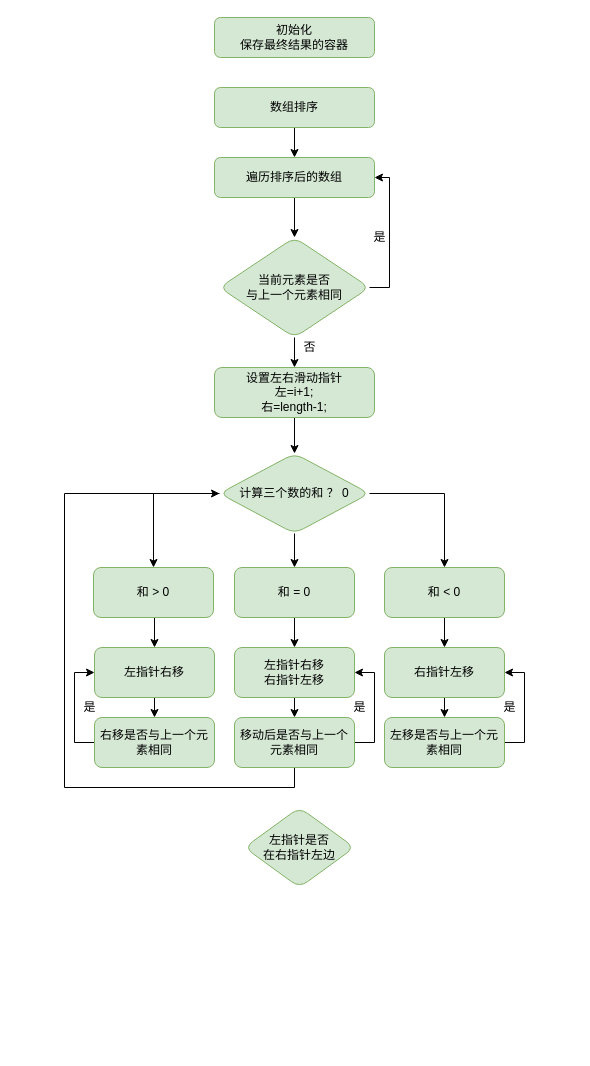
Before: 未命名绘图.drawio in HonyoLAN/telmy, a draw.io diagram. Source tidied: cells renumbered, new cells numbered last; positions are measured from the earlier drawing's top-left corner, leaving out a move shared by most shapes. Both pictures are drawn from the tidied source at 100%, with x=0, y=0 at pixel (64, 17).
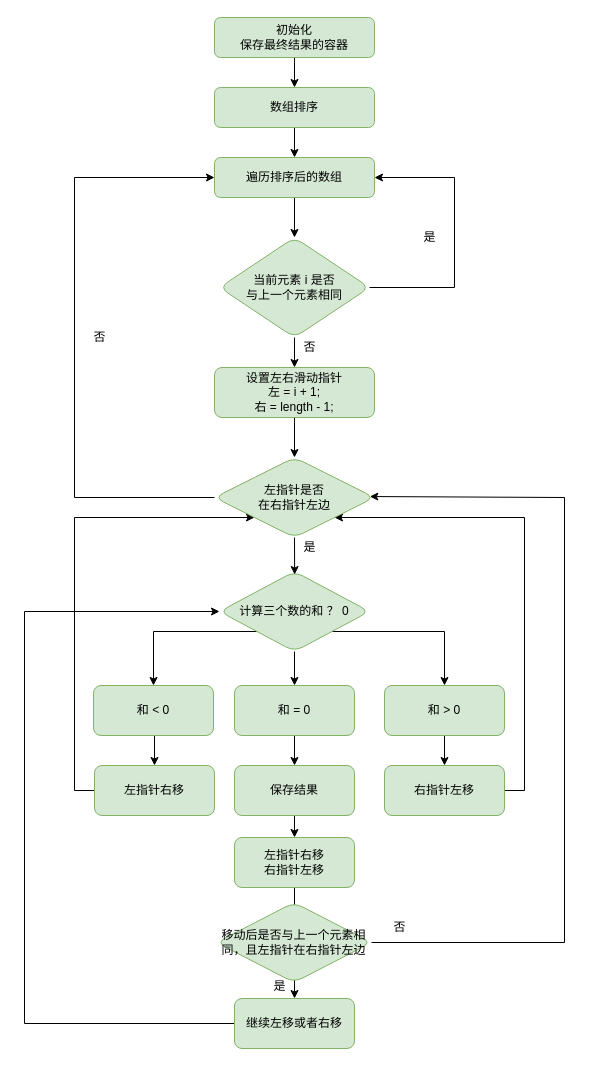
The same page after the edit.

Commit message:
更新未命名绘图.drawio

The change refers to these unchanged cells:
```xml
<mxCell id="2" value="初始化&lt;br&gt;保存最终结果的容器" style="rounded=1;whiteSpace=wrap;html=1;fillColor=#d5e8d4;strokeColor=#82b366;" parent="1" vertex="1">
  <mxGeometry x="150" width="160" height="40" as="geometry" />
</mxCell>
<mxCell id="4" value="数组排序" style="rounded=1;whiteSpace=wrap;html=1;fillColor=#d5e8d4;strokeColor=#82b366;" parent="1" vertex="1">
  <mxGeometry x="150" y="70" width="160" height="40" as="geometry" />
</mxCell>
<mxCell id="6" value="遍历排序后的数组" style="rounded=1;whiteSpace=wrap;html=1;fillColor=#d5e8d4;strokeColor=#82b366;" parent="1" vertex="1">
  <mxGeometry x="150" y="140" width="160" height="40" as="geometry" />
</mxCell>
```

The edit, as a diff of the source:
```diff
@@
+    <mxCell id="41" style="edgeStyle=orthogonalEdgeStyle;rounded=0;jettySize=auto;html=1;exitX=0.5;exitY=1;exitDx=0;exitDy=0;entryX=0.5;entryY=0;entryDx=0;entryDy=0;" parent="1" edge="1" source="2" target="4">
+      <mxGeometry relative="1" as="geometry" />
+    </mxCell>
@@
     <mxCell id="7" style="edgeStyle=orthogonalEdgeStyle;rounded=0;jettySize=auto;html=1;exitX=1;exitY=0.5;exitDx=0;exitDy=0;entryX=1;entryY=0.5;entryDx=0;entryDy=0;" parent="1" edge="1" source="9" target="6">
-      <mxGeometry relative="1" as="geometry" />
+      <mxGeometry relative="1" as="geometry">
+        <Array as="points">
+          <mxPoint x="390" y="270" />
+          <mxPoint x="390" y="160" />
+        </Array>
+      </mxGeometry>
     </mxCell>
@@
-    <mxCell id="9" value="当前元素是否&lt;br&gt;与上一个元素相同" style="rhombus;whiteSpace=wrap;html=1;fillColor=#d5e8d4;strokeColor=#82b366;rounded=1;" parent="1" vertex="1">
+    <mxCell id="9" value="当前元素 i 是否&lt;br&gt;与上一个元素相同" style="rhombus;whiteSpace=wrap;html=1;fillColor=#d5e8d4;strokeColor=#82b366;rounded=1;" parent="1" vertex="1">
       <mxGeometry x="155" y="220" width="150" height="100" as="geometry" />
     </mxCell>
     <mxCell id="10" value="是" style="text;html=1;align=center;verticalAlign=middle;strokeColor=none;fillColor=none;" parent="1" vertex="1">
-      <mxGeometry x="300" y="210" width="30" height="20" as="geometry" />
+      <mxGeometry x="350" y="210" width="30" height="20" as="geometry" />
     </mxCell>
-    <mxCell id="11" style="edgeStyle=orthogonalEdgeStyle;rounded=0;jettySize=auto;html=1;exitX=0.5;exitY=1;exitDx=0;exitDy=0;entryX=0.5;entryY=0;entryDx=0;entryDy=0;" parent="1" edge="1" source="12" target="17">
-      <mxGeometry relative="1" as="geometry" />
-    </mxCell>
+    <mxCell id="42" style="edgeStyle=orthogonalEdgeStyle;rounded=0;jettySize=auto;html=1;exitX=0.5;exitY=1;exitDx=0;exitDy=0;entryX=0.5;entryY=0;entryDx=0;entryDy=0;" parent="1" edge="1" source="12" target="40">
+      <mxGeometry relative="1" as="geometry" />
+    </mxCell>
-    <mxCell id="12" value="设置左右滑动指针&lt;br&gt;左=i+1;&lt;br&gt;右=length-1;" style="rounded=1;whiteSpace=wrap;html=1;fillColor=#d5e8d4;strokeColor=#82b366;" parent="1" vertex="1">
+    <mxCell id="12" value="设置左右滑动指针&lt;br&gt;左 = i + 1;&lt;br&gt;右 = length - 1;" style="rounded=1;whiteSpace=wrap;html=1;fillColor=#d5e8d4;strokeColor=#82b366;" parent="1" vertex="1">
       <mxGeometry x="150" y="350" width="160" height="50" as="geometry" />
     </mxCell>
@@
-    <mxCell id="14" style="edgeStyle=orthogonalEdgeStyle;rounded=0;jettySize=auto;html=1;exitX=0;exitY=0.5;exitDx=0;exitDy=0;entryX=0.5;entryY=0;entryDx=0;entryDy=0;" parent="1" edge="1" source="17" target="19">
-      <mxGeometry relative="1" as="geometry" />
+    <mxCell id="14" style="edgeStyle=orthogonalEdgeStyle;rounded=0;jettySize=auto;html=1;exitX=0;exitY=1;exitDx=0;exitDy=0;entryX=0.5;entryY=0;entryDx=0;entryDy=0;" parent="1" edge="1" source="17" target="19">
+      <mxGeometry relative="1" as="geometry">
+        <Array as="points">
+          <mxPoint x="89" y="614" />
+        </Array>
+      </mxGeometry>
     </mxCell>
@@
-    <mxCell id="16" style="edgeStyle=orthogonalEdgeStyle;rounded=0;jettySize=auto;html=1;exitX=1;exitY=0.5;exitDx=0;exitDy=0;entryX=0.5;entryY=0;entryDx=0;entryDy=0;" parent="1" edge="1" source="17" target="23">
+    <mxCell id="16" style="edgeStyle=orthogonalEdgeStyle;rounded=0;jettySize=auto;html=1;exitX=1;exitY=1;exitDx=0;exitDy=0;entryX=0.5;entryY=0;entryDx=0;entryDy=0;" parent="1" edge="1" source="17" target="23">
       <mxGeometry relative="1" as="geometry" />
     </mxCell>
     <mxCell id="17" value="计算三个数的和&amp;nbsp;？ 0" style="rhombus;whiteSpace=wrap;html=1;fillColor=#d5e8d4;strokeColor=#82b366;rounded=1;" parent="1" vertex="1">
-      <mxGeometry x="155" y="436" width="150" height="80" as="geometry" />
+      <mxGeometry x="155" y="554" width="150" height="80" as="geometry" />
     </mxCell>
@@
-    <mxCell id="19" value="和 &amp;gt; 0" style="rounded=1;whiteSpace=wrap;html=1;fillColor=#d5e8d4;strokeColor=#82b366;" parent="1" vertex="1">
-      <mxGeometry x="29" y="550" width="120" height="50" as="geometry" />
+    <mxCell id="19" value="和 &amp;lt; 0" style="rounded=1;whiteSpace=wrap;html=1;fillColor=#d5e8d4;strokeColor=#82b366;" parent="1" vertex="1">
+      <mxGeometry x="29" y="668" width="120" height="50" as="geometry" />
     </mxCell>
@@
     <mxCell id="21" value="和 = 0" style="rounded=1;whiteSpace=wrap;html=1;fillColor=#d5e8d4;strokeColor=#82b366;" parent="1" vertex="1">
-      <mxGeometry x="170" y="550" width="120" height="50" as="geometry" />
+      <mxGeometry x="170" y="668" width="120" height="50" as="geometry" />
     </mxCell>
@@
-    <mxCell id="23" value="和 &amp;lt; 0" style="rounded=1;whiteSpace=wrap;html=1;fillColor=#d5e8d4;strokeColor=#82b366;" parent="1" vertex="1">
-      <mxGeometry x="320" y="550" width="120" height="50" as="geometry" />
+    <mxCell id="23" value="和 &amp;gt; 0" style="rounded=1;whiteSpace=wrap;html=1;fillColor=#d5e8d4;strokeColor=#82b366;" parent="1" vertex="1">
+      <mxGeometry x="320" y="668" width="120" height="50" as="geometry" />
     </mxCell>
-    <mxCell id="24" style="edgeStyle=orthogonalEdgeStyle;rounded=0;jettySize=auto;html=1;exitX=0.5;exitY=1;exitDx=0;exitDy=0;entryX=0.5;entryY=0;entryDx=0;entryDy=0;" parent="1" edge="1" source="25" target="31">
-      <mxGeometry relative="1" as="geometry" />
-    </mxCell>
+    <mxCell id="43" style="edgeStyle=orthogonalEdgeStyle;rounded=0;jettySize=auto;html=1;exitX=0;exitY=0.5;exitDx=0;exitDy=0;entryX=0;entryY=1;entryDx=0;entryDy=0;" parent="1" edge="1" source="25" target="40">
+      <mxGeometry relative="1" as="geometry">
+        <Array as="points">
+          <mxPoint x="10" y="773" />
+          <mxPoint x="10" y="500" />
+        </Array>
+      </mxGeometry>
+    </mxCell>
     <mxCell id="25" value="左指针右移" style="rounded=1;whiteSpace=wrap;html=1;fillColor=#d5e8d4;strokeColor=#82b366;" parent="1" vertex="1">
-      <mxGeometry x="30" y="630" width="120" height="50" as="geometry" />
+      <mxGeometry x="30" y="748" width="120" height="50" as="geometry" />
     </mxCell>
-    <mxCell id="26" style="edgeStyle=orthogonalEdgeStyle;rounded=0;jettySize=auto;html=1;exitX=0.5;exitY=1;exitDx=0;exitDy=0;entryX=0.5;entryY=0;entryDx=0;entryDy=0;" parent="1" edge="1" source="27" target="33">
-      <mxGeometry relative="1" as="geometry" />
-    </mxCell>
+    <mxCell id="44" style="edgeStyle=orthogonalEdgeStyle;rounded=0;jettySize=auto;html=1;exitX=1;exitY=0.5;exitDx=0;exitDy=0;entryX=1;entryY=1;entryDx=0;entryDy=0;" parent="1" edge="1" source="27" target="40">
+      <mxGeometry relative="1" as="geometry">
+        <Array as="points">
+          <mxPoint x="460" y="773" />
+          <mxPoint x="460" y="500" />
+        </Array>
+      </mxGeometry>
+    </mxCell>
     <mxCell id="27" value="右指针左移" style="rounded=1;whiteSpace=wrap;html=1;fillColor=#d5e8d4;strokeColor=#82b366;" parent="1" vertex="1">
-      <mxGeometry x="320" y="630" width="120" height="50" as="geometry" />
+      <mxGeometry x="320" y="748" width="120" height="50" as="geometry" />
     </mxCell>
-    <mxCell id="28" style="edgeStyle=orthogonalEdgeStyle;rounded=0;jettySize=auto;html=1;exitX=0.5;exitY=1;exitDx=0;exitDy=0;entryX=0.5;entryY=0;entryDx=0;entryDy=0;" parent="1" edge="1" source="29" target="36">
-      <mxGeometry relative="1" as="geometry" />
-    </mxCell>
+    <mxCell id="45" style="edgeStyle=orthogonalEdgeStyle;rounded=0;jettySize=auto;html=1;exitX=0.5;exitY=1;exitDx=0;exitDy=0;entryX=0.5;entryY=0;entryDx=0;entryDy=0;" parent="1" edge="1" source="29" target="53">
+      <mxGeometry relative="1" as="geometry" />
+    </mxCell>
-    <mxCell id="29" value="左指针右移&lt;br&gt;右指针左移" style="rounded=1;whiteSpace=wrap;html=1;fillColor=#d5e8d4;strokeColor=#82b366;" parent="1" vertex="1">
-      <mxGeometry x="170" y="630" width="120" height="50" as="geometry" />
+    <mxCell id="29" value="保存结果" style="rounded=1;whiteSpace=wrap;html=1;fillColor=#d5e8d4;strokeColor=#82b366;" parent="1" vertex="1">
+      <mxGeometry x="170" y="748" width="120" height="50" as="geometry" />
     </mxCell>
-    <mxCell id="30" style="edgeStyle=orthogonalEdgeStyle;rounded=0;jettySize=auto;html=1;exitX=0;exitY=0.5;exitDx=0;exitDy=0;entryX=0;entryY=0.5;entryDx=0;entryDy=0;" parent="1" edge="1" source="31" target="25">
-      <mxGeometry relative="1" as="geometry" />
-    </mxCell>
-    <mxCell id="31" value="右移是否与上一个元素相同" style="rounded=1;whiteSpace=wrap;html=1;fillColor=#d5e8d4;strokeColor=#82b366;" parent="1" vertex="1">
-      <mxGeometry x="30" y="700" width="120" height="50" as="geometry" />
-    </mxCell>
-    <mxCell id="32" style="edgeStyle=orthogonalEdgeStyle;rounded=0;jettySize=auto;html=1;exitX=1;exitY=0.5;exitDx=0;exitDy=0;entryX=1;entryY=0.5;entryDx=0;entryDy=0;" parent="1" edge="1" source="33" target="27">
-      <mxGeometry relative="1" as="geometry" />
-    </mxCell>
-    <mxCell id="33" value="左移是否与上一个元素相同" style="rounded=1;whiteSpace=wrap;html=1;fillColor=#d5e8d4;strokeColor=#82b366;" parent="1" vertex="1">
-      <mxGeometry x="320" y="700" width="120" height="50" as="geometry" />
-    </mxCell>
-    <mxCell id="34" style="edgeStyle=orthogonalEdgeStyle;rounded=0;jettySize=auto;html=1;exitX=1;exitY=0.5;exitDx=0;exitDy=0;entryX=1;entryY=0.5;entryDx=0;entryDy=0;" parent="1" edge="1" source="36" target="29">
-      <mxGeometry relative="1" as="geometry" />
-    </mxCell>
-    <mxCell id="35" style="edgeStyle=orthogonalEdgeStyle;rounded=0;jettySize=auto;html=1;exitX=0.5;exitY=1;exitDx=0;exitDy=0;entryX=0;entryY=0.5;entryDx=0;entryDy=0;" parent="1" edge="1" source="36" target="17">
+    <mxCell id="35" style="edgeStyle=orthogonalEdgeStyle;rounded=0;jettySize=auto;html=1;exitX=0;exitY=0.5;exitDx=0;exitDy=0;entryX=0;entryY=0.5;entryDx=0;entryDy=0;" parent="1" edge="1" source="55" target="17">
       <mxGeometry relative="1" as="geometry">
         <Array as="points">
-          <mxPoint x="230" y="770" />
-          <mxPoint y="770" />
-          <mxPoint y="476" />
+          <mxPoint x="-40" y="1006" />
+          <mxPoint x="-40" y="594" />
         </Array>
       </mxGeometry>
     </mxCell>
-    <mxCell id="36" value="移动后是否与上一个元素相同" style="rounded=1;whiteSpace=wrap;html=1;fillColor=#d5e8d4;strokeColor=#82b366;" parent="1" vertex="1">
-      <mxGeometry x="170" y="700" width="120" height="50" as="geometry" />
-    </mxCell>
-    <mxCell id="37" value="是" style="text;html=1;align=center;verticalAlign=middle;strokeColor=none;fillColor=none;" parent="1" vertex="1">
-      <mxGeometry x="10" y="680" width="30" height="20" as="geometry" />
-    </mxCell>
-    <mxCell id="38" value="是" style="text;html=1;align=center;verticalAlign=middle;strokeColor=none;fillColor=none;" parent="1" vertex="1">
-      <mxGeometry x="430" y="680" width="30" height="20" as="geometry" />
-    </mxCell>
-    <mxCell id="39" value="是" style="text;html=1;align=center;verticalAlign=middle;strokeColor=none;fillColor=none;" parent="1" vertex="1">
-      <mxGeometry x="280" y="680" width="30" height="20" as="geometry" />
-    </mxCell>
+    <mxCell id="46" style="edgeStyle=orthogonalEdgeStyle;rounded=0;jettySize=auto;html=1;exitX=0.5;exitY=1;exitDx=0;exitDy=0;entryX=0.5;entryY=0;entryDx=0;entryDy=0;" parent="1" edge="1" target="55">
+      <mxGeometry relative="1" as="geometry">
+        <mxPoint x="230" y="950" as="sourcePoint" />
+      </mxGeometry>
+    </mxCell>
+    <mxCell id="47" style="edgeStyle=orthogonalEdgeStyle;rounded=0;jettySize=auto;html=1;exitX=1;exitY=0.5;exitDx=0;exitDy=0;entryX=0.971;entryY=0.488;entryDx=0;entryDy=0;entryPerimeter=0;" parent="1" edge="1" source="57" target="40">
+      <mxGeometry relative="1" as="geometry">
+        <Array as="points">
+          <mxPoint x="500" y="925" />
+          <mxPoint x="500" y="480" />
+          <mxPoint x="305" y="480" />
+        </Array>
+      </mxGeometry>
+    </mxCell>
+    <mxCell id="48" style="edgeStyle=orthogonalEdgeStyle;rounded=0;jettySize=auto;html=1;exitX=0.5;exitY=1;exitDx=0;exitDy=0;entryX=0.501;entryY=0.038;entryDx=0;entryDy=0;entryPerimeter=0;" parent="1" edge="1" source="40" target="17">
+      <mxGeometry relative="1" as="geometry" />
+    </mxCell>
+    <mxCell id="49" style="edgeStyle=orthogonalEdgeStyle;rounded=0;jettySize=auto;html=1;exitX=0;exitY=0.5;exitDx=0;exitDy=0;entryX=0;entryY=0.5;entryDx=0;entryDy=0;" parent="1" edge="1" source="40" target="6">
+      <mxGeometry relative="1" as="geometry">
+        <Array as="points">
+          <mxPoint x="10" y="480" />
+          <mxPoint x="10" y="160" />
+        </Array>
+      </mxGeometry>
+    </mxCell>
     <mxCell id="40" value="&lt;span&gt;左指针是否&lt;br&gt;在右指针左边&lt;/span&gt;" style="rhombus;whiteSpace=wrap;html=1;fillColor=#d5e8d4;strokeColor=#82b366;rounded=1;" parent="1" vertex="1">
-      <mxGeometry x="180" y="790" width="110" height="80" as="geometry" />
+      <mxGeometry x="150" y="440" width="160" height="80" as="geometry" />
     </mxCell>
+    <mxCell id="50" value="否" style="text;html=1;align=center;verticalAlign=middle;strokeColor=none;fillColor=none;" parent="1" vertex="1">
+      <mxGeometry x="20" y="310" width="30" height="20" as="geometry" />
+    </mxCell>
+    <mxCell id="51" value="是" style="text;html=1;align=center;verticalAlign=middle;strokeColor=none;fillColor=none;" parent="1" vertex="1">
+      <mxGeometry x="230" y="520" width="30" height="20" as="geometry" />
+    </mxCell>
+    <mxCell id="52" style="edgeStyle=orthogonalEdgeStyle;rounded=0;jettySize=auto;html=1;exitX=0.5;exitY=1;exitDx=0;exitDy=0;entryX=0.5;entryY=0;entryDx=0;entryDy=0;" parent="1" edge="1" source="53">
+      <mxGeometry relative="1" as="geometry">
+        <mxPoint x="230" y="900" as="targetPoint" />
+      </mxGeometry>
+    </mxCell>
+    <mxCell id="53" value="左指针右移&lt;br&gt;右指针左移" style="rounded=1;whiteSpace=wrap;html=1;fillColor=#d5e8d4;strokeColor=#82b366;" parent="1" vertex="1">
+      <mxGeometry x="170" y="820" width="120" height="50" as="geometry" />
+    </mxCell>
+    <mxCell id="54" value="是" style="text;html=1;align=center;verticalAlign=middle;strokeColor=none;fillColor=none;" parent="1" vertex="1">
+      <mxGeometry x="200" y="959" width="30" height="20" as="geometry" />
+    </mxCell>
+    <mxCell id="55" value="继续左移或者右移" style="rounded=1;whiteSpace=wrap;html=1;fillColor=#d5e8d4;strokeColor=#82b366;" parent="1" vertex="1">
+      <mxGeometry x="170" y="981" width="120" height="50" as="geometry" />
+    </mxCell>
+    <mxCell id="56" value="否" style="text;html=1;align=center;verticalAlign=middle;strokeColor=none;fillColor=none;" parent="1" vertex="1">
+      <mxGeometry x="320" y="900" width="30" height="20" as="geometry" />
+    </mxCell>
+    <mxCell id="57" value="&lt;span&gt;移动后是否与上一个元素相同，且左指针在右指针左边&lt;/span&gt;" style="rhombus;whiteSpace=wrap;html=1;fillColor=#d5e8d4;strokeColor=#82b366;rounded=1;" parent="1" vertex="1">
+      <mxGeometry x="152" y="885" width="155" height="80" as="geometry" />
+    </mxCell>
```
